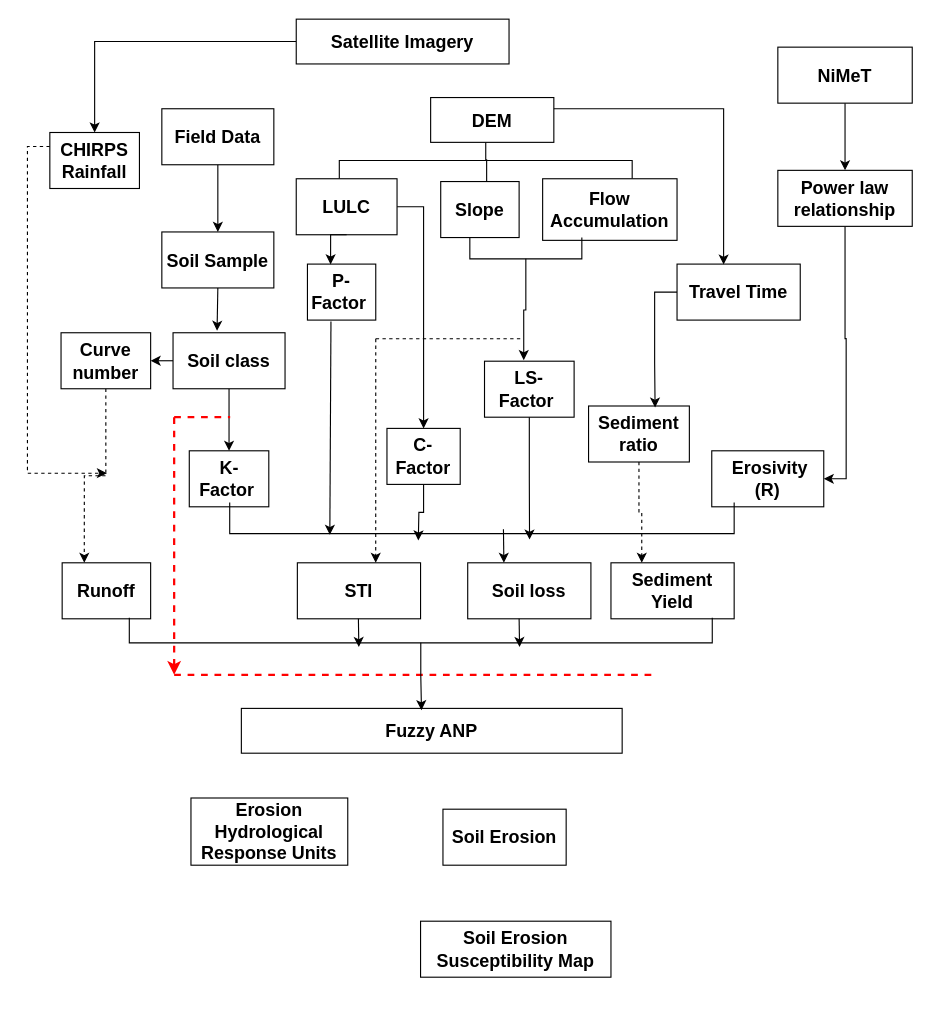
Above: objective 1.drawio in yemioke/PRISMA2020 (draw.io), before the change. Source tidied: cells renumbered, new cells numbered last; positions are measured from the earlier drawing's top-left corner, leaving out a move shared by most shapes. Both pictures are drawn from the tidied source at 112%, with x=0, y=0 at pixel (27, 13).
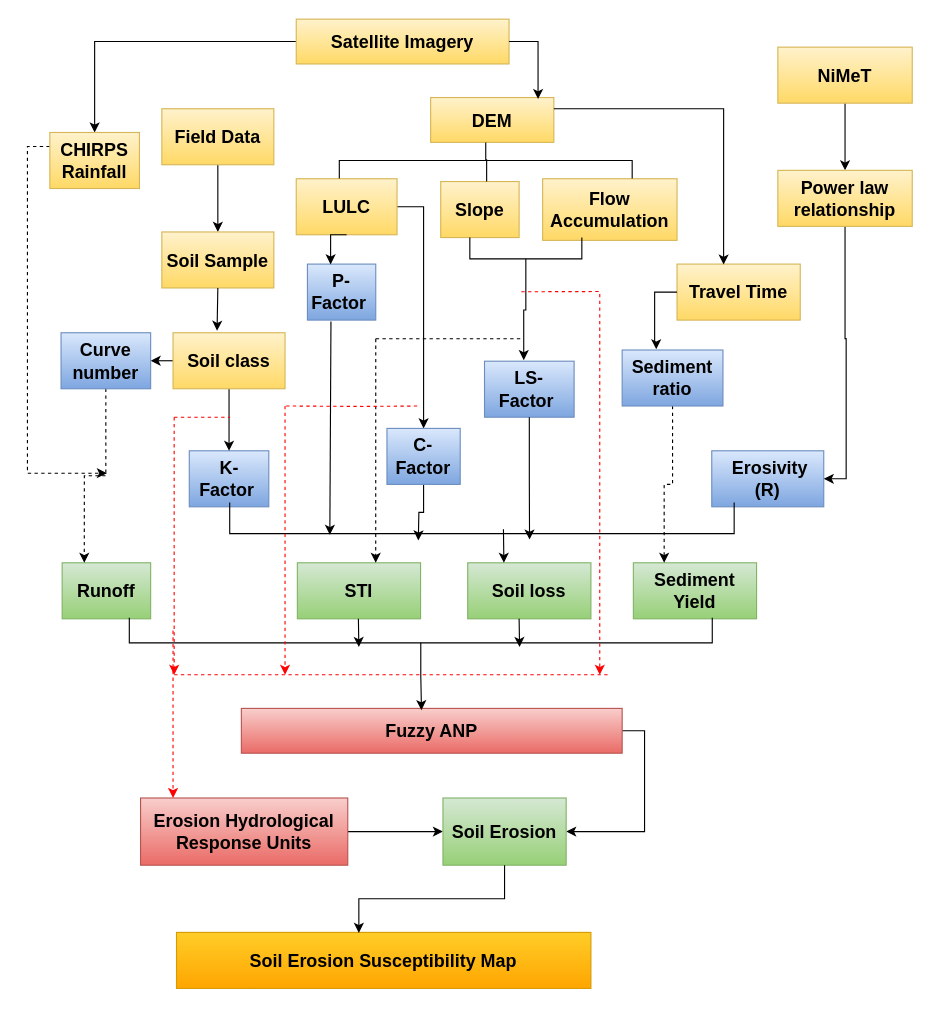
The same diagram, later.

The edit, as a diff of the source:
```diff
@@
-    <mxCell id="2" value="&lt;b&gt;&lt;font style=&quot;font-size: 16px;&quot;&gt;DEM&lt;/font&gt;&lt;/b&gt;" style="rounded=0;whiteSpace=wrap;html=1;" parent="1" vertex="1">
+    <mxCell id="2" value="&lt;b&gt;&lt;font style=&quot;font-size: 16px;&quot;&gt;DEM&lt;/font&gt;&lt;/b&gt;" style="rounded=0;whiteSpace=wrap;html=1;fillColor=#fff2cc;gradientColor=#ffd966;strokeColor=#d6b656;" parent="1" vertex="1">
       <mxGeometry x="360" y="74.6" width="110" height="40" as="geometry" />
     </mxCell>
@@
-    <mxCell id="4" value="&lt;b&gt;&lt;font style=&quot;font-size: 16px;&quot;&gt;Satellite Imagery&lt;/font&gt;&lt;/b&gt;" style="rounded=0;whiteSpace=wrap;html=1;" parent="1" vertex="1">
+    <mxCell id="4" value="&lt;b&gt;&lt;font style=&quot;font-size: 16px;&quot;&gt;Satellite Imagery&lt;/font&gt;&lt;/b&gt;" style="rounded=0;whiteSpace=wrap;html=1;fillColor=#fff2cc;gradientColor=#ffd966;strokeColor=#d6b656;" parent="1" vertex="1">
       <mxGeometry x="240" y="4.6" width="190" height="40" as="geometry" />
     </mxCell>
+    <mxCell id="61" style="edgeStyle=orthogonalEdgeStyle;rounded=0;jettySize=auto;html=1;exitX=1;exitY=0.5;exitDx=0;exitDy=0;" parent="1" edge="1" source="5" target="17">
+      <mxGeometry relative="1" as="geometry" />
+    </mxCell>
-    <mxCell id="5" value="&lt;b&gt;&lt;font style=&quot;font-size: 16px;&quot;&gt;Erosion Hydrological Response Units&lt;/font&gt;&lt;/b&gt;" style="rounded=0;whiteSpace=wrap;html=1;" parent="1" vertex="1">
-      <mxGeometry x="146" y="700" width="140" height="60" as="geometry" />
+    <mxCell id="5" value="&lt;b&gt;&lt;font style=&quot;font-size: 16px;&quot;&gt;Erosion Hydrological Response Units&lt;/font&gt;&lt;/b&gt;" style="rounded=0;whiteSpace=wrap;html=1;fillColor=#f8cecc;gradientColor=#ea6b66;strokeColor=#b85450;" parent="1" vertex="1">
+      <mxGeometry x="101" y="700" width="185" height="60" as="geometry" />
     </mxCell>
-    <mxCell id="6" value="&lt;b&gt;&lt;font style=&quot;font-size: 16px;&quot;&gt;Soil loss&lt;/font&gt;&lt;/b&gt;" style="rounded=0;whiteSpace=wrap;html=1;" parent="1" vertex="1">
+    <mxCell id="6" value="&lt;b&gt;&lt;font style=&quot;font-size: 16px;&quot;&gt;Soil loss&lt;/font&gt;&lt;/b&gt;" style="rounded=0;whiteSpace=wrap;html=1;fillColor=#d5e8d4;gradientColor=#97d077;strokeColor=#82b366;" parent="1" vertex="1">
       <mxGeometry x="393.1" y="490" width="110" height="50" as="geometry" />
     </mxCell>
-    <mxCell id="7" value="&lt;b&gt;&lt;font style=&quot;font-size: 16px;&quot;&gt;STI&lt;/font&gt;&lt;/b&gt;" style="rounded=0;whiteSpace=wrap;html=1;" parent="1" vertex="1">
+    <mxCell id="7" value="&lt;b&gt;&lt;font style=&quot;font-size: 16px;&quot;&gt;STI&lt;/font&gt;&lt;/b&gt;" style="rounded=0;whiteSpace=wrap;html=1;fillColor=#d5e8d4;gradientColor=#97d077;strokeColor=#82b366;" parent="1" vertex="1">
       <mxGeometry x="241" y="490" width="110" height="50" as="geometry" />
     </mxCell>
-    <mxCell id="8" value="&lt;b&gt;&lt;font style=&quot;font-size: 16px;&quot;&gt;&amp;nbsp;Erosivity (R)&lt;/font&gt;&lt;/b&gt;" style="rounded=0;whiteSpace=wrap;html=1;" parent="1" vertex="1">
+    <mxCell id="8" value="&lt;b&gt;&lt;font style=&quot;font-size: 16px;&quot;&gt;&amp;nbsp;Erosivity (R)&lt;/font&gt;&lt;/b&gt;" style="rounded=0;whiteSpace=wrap;html=1;fillColor=#dae8fc;gradientColor=#7ea6e0;strokeColor=#6c8ebf;" parent="1" vertex="1">
       <mxGeometry x="611" y="390" width="100" height="50" as="geometry" />
     </mxCell>
@@
-    <mxCell id="10" value="&lt;b&gt;&lt;font style=&quot;font-size: 16px;&quot;&gt;LULC&lt;/font&gt;&lt;/b&gt;" style="rounded=0;whiteSpace=wrap;html=1;" parent="1" vertex="1">
+    <mxCell id="10" value="&lt;b&gt;&lt;font style=&quot;font-size: 16px;&quot;&gt;LULC&lt;/font&gt;&lt;/b&gt;" style="rounded=0;whiteSpace=wrap;html=1;fillColor=#fff2cc;gradientColor=#ffd966;strokeColor=#d6b656;" parent="1" vertex="1">
       <mxGeometry x="240" y="147.1" width="90" height="50" as="geometry" />
     </mxCell>
@@
-    <mxCell id="12" value="&lt;b&gt;&lt;font style=&quot;font-size: 16px;&quot;&gt;C- Factor&lt;/font&gt;&lt;/b&gt;" style="rounded=0;whiteSpace=wrap;html=1;" parent="1" vertex="1">
+    <mxCell id="12" value="&lt;b&gt;&lt;font style=&quot;font-size: 16px;&quot;&gt;C- Factor&lt;/font&gt;&lt;/b&gt;" style="rounded=0;whiteSpace=wrap;html=1;fillColor=#dae8fc;gradientColor=#7ea6e0;strokeColor=#6c8ebf;" parent="1" vertex="1">
       <mxGeometry x="321" y="370" width="65.4" height="50" as="geometry" />
     </mxCell>
-    <mxCell id="13" value="&lt;span style=&quot;font-size: 16px;&quot;&gt;&lt;b&gt;Runoff&lt;/b&gt;&lt;/span&gt;" style="rounded=0;whiteSpace=wrap;html=1;" parent="1" vertex="1">
+    <mxCell id="13" value="&lt;span style=&quot;font-size: 16px;&quot;&gt;&lt;b&gt;Runoff&lt;/b&gt;&lt;/span&gt;" style="rounded=0;whiteSpace=wrap;html=1;fillColor=#d5e8d4;gradientColor=#97d077;strokeColor=#82b366;" parent="1" vertex="1">
       <mxGeometry x="31" y="490" width="79" height="50" as="geometry" />
     </mxCell>
-    <mxCell id="14" value="&lt;b&gt;&lt;font style=&quot;font-size: 16px;&quot;&gt;P- Factor&amp;nbsp;&lt;/font&gt;&lt;/b&gt;" style="rounded=0;whiteSpace=wrap;html=1;" parent="1" vertex="1">
+    <mxCell id="14" value="&lt;b&gt;&lt;font style=&quot;font-size: 16px;&quot;&gt;P- Factor&amp;nbsp;&lt;/font&gt;&lt;/b&gt;" style="rounded=0;whiteSpace=wrap;html=1;fillColor=#dae8fc;gradientColor=#7ea6e0;strokeColor=#6c8ebf;" parent="1" vertex="1">
       <mxGeometry x="250" y="223.3" width="61" height="50" as="geometry" />
     </mxCell>
-    <mxCell id="15" value="&lt;span style=&quot;font-size: 16px;&quot;&gt;&lt;b&gt;Sediment Yield&lt;/b&gt;&lt;/span&gt;" style="rounded=0;whiteSpace=wrap;html=1;" parent="1" vertex="1">
-      <mxGeometry x="521" y="490" width="110" height="50" as="geometry" />
+    <mxCell id="15" value="&lt;span style=&quot;font-size: 16px;&quot;&gt;&lt;b&gt;Sediment Yield&lt;/b&gt;&lt;/span&gt;" style="rounded=0;whiteSpace=wrap;html=1;fillColor=#d5e8d4;gradientColor=#97d077;strokeColor=#82b366;" parent="1" vertex="1">
+      <mxGeometry x="541" y="490" width="110" height="50" as="geometry" />
     </mxCell>
+    <mxCell id="62" style="edgeStyle=orthogonalEdgeStyle;rounded=0;jettySize=auto;html=1;exitX=1;exitY=0.5;exitDx=0;exitDy=0;entryX=1;entryY=0.5;entryDx=0;entryDy=0;" parent="1" edge="1" source="16" target="17">
+      <mxGeometry relative="1" as="geometry" />
+    </mxCell>
-    <mxCell id="16" value="&lt;b&gt;&lt;font style=&quot;font-size: 16px;&quot;&gt;Fuzzy ANP&lt;/font&gt;&lt;/b&gt;" style="rounded=0;whiteSpace=wrap;html=1;" parent="1" vertex="1">
+    <mxCell id="16" value="&lt;b&gt;&lt;font style=&quot;font-size: 16px;&quot;&gt;Fuzzy ANP&lt;/font&gt;&lt;/b&gt;" style="rounded=0;whiteSpace=wrap;html=1;fillColor=#f8cecc;gradientColor=#ea6b66;strokeColor=#b85450;" parent="1" vertex="1">
       <mxGeometry x="191" y="620" width="340" height="40" as="geometry" />
     </mxCell>
-    <mxCell id="17" value="&lt;b&gt;&lt;font style=&quot;font-size: 16px;&quot;&gt;Soil Erosion&lt;/font&gt;&lt;/b&gt;" style="rounded=0;whiteSpace=wrap;html=1;" parent="1" vertex="1">
-      <mxGeometry x="371" y="710" width="110" height="50" as="geometry" />
+    <mxCell id="17" value="&lt;b&gt;&lt;font style=&quot;font-size: 16px;&quot;&gt;Soil Erosion&lt;/font&gt;&lt;/b&gt;" style="rounded=0;whiteSpace=wrap;html=1;fillColor=#d5e8d4;gradientColor=#97d077;strokeColor=#82b366;" parent="1" vertex="1">
+      <mxGeometry x="371" y="700" width="110" height="60" as="geometry" />
     </mxCell>
-    <mxCell id="18" value="&lt;b&gt;&lt;font style=&quot;font-size: 16px;&quot;&gt;Soil Erosion Susceptibility Map&lt;/font&gt;&lt;/b&gt;" style="rounded=0;whiteSpace=wrap;html=1;" parent="1" vertex="1">
-      <mxGeometry x="351" y="810" width="170" height="50" as="geometry" />
+    <mxCell id="18" value="&lt;b&gt;&lt;font style=&quot;font-size: 16px;&quot;&gt;Soil Erosion Susceptibility Map&lt;/font&gt;&lt;/b&gt;" style="rounded=0;whiteSpace=wrap;html=1;fillColor=#ffcd28;strokeColor=#d79b00;gradientColor=#ffa500;" parent="1" vertex="1">
+      <mxGeometry x="133.1" y="820" width="370" height="50" as="geometry" />
     </mxCell>
-    <mxCell id="19" value="&lt;b&gt;&lt;font style=&quot;font-size: 16px;&quot;&gt;K- Factor&amp;nbsp;&lt;/font&gt;&lt;/b&gt;" style="rounded=0;whiteSpace=wrap;html=1;" parent="1" vertex="1">
+    <mxCell id="19" value="&lt;b&gt;&lt;font style=&quot;font-size: 16px;&quot;&gt;K- Factor&amp;nbsp;&lt;/font&gt;&lt;/b&gt;" style="rounded=0;whiteSpace=wrap;html=1;fillColor=#dae8fc;gradientColor=#7ea6e0;strokeColor=#6c8ebf;" parent="1" vertex="1">
       <mxGeometry x="144.5" y="390" width="71" height="50" as="geometry" />
     </mxCell>
-    <mxCell id="20" value="&lt;b&gt;&lt;font style=&quot;font-size: 16px;&quot;&gt;LS- Factor&amp;nbsp;&lt;/font&gt;&lt;/b&gt;" style="rounded=0;whiteSpace=wrap;html=1;" parent="1" vertex="1">
+    <mxCell id="20" value="&lt;b&gt;&lt;font style=&quot;font-size: 16px;&quot;&gt;LS- Factor&amp;nbsp;&lt;/font&gt;&lt;/b&gt;" style="rounded=0;whiteSpace=wrap;html=1;fillColor=#dae8fc;gradientColor=#7ea6e0;strokeColor=#6c8ebf;" parent="1" vertex="1">
       <mxGeometry x="408.1" y="310" width="80" height="50" as="geometry" />
     </mxCell>
-    <mxCell id="21" value="&lt;b&gt;&lt;font style=&quot;font-size: 16px;&quot;&gt;Slope&lt;/font&gt;&lt;/b&gt;" style="rounded=0;whiteSpace=wrap;html=1;" parent="1" vertex="1">
+    <mxCell id="21" value="&lt;b&gt;&lt;font style=&quot;font-size: 16px;&quot;&gt;Slope&lt;/font&gt;&lt;/b&gt;" style="rounded=0;whiteSpace=wrap;html=1;fillColor=#fff2cc;gradientColor=#ffd966;strokeColor=#d6b656;" parent="1" vertex="1">
       <mxGeometry x="369" y="149.6" width="70" height="50" as="geometry" />
     </mxCell>
-    <mxCell id="22" value="&lt;b&gt;&lt;font style=&quot;font-size: 16px;&quot;&gt;Flow Accumulation&lt;/font&gt;&lt;/b&gt;" style="rounded=0;whiteSpace=wrap;html=1;" parent="1" vertex="1">
+    <mxCell id="22" value="&lt;b&gt;&lt;font style=&quot;font-size: 16px;&quot;&gt;Flow Accumulation&lt;/font&gt;&lt;/b&gt;" style="rounded=0;whiteSpace=wrap;html=1;fillColor=#fff2cc;gradientColor=#ffd966;strokeColor=#d6b656;" parent="1" vertex="1">
       <mxGeometry x="460" y="147.1" width="120" height="55" as="geometry" />
     </mxCell>
@@
-    <mxCell id="24" value="&lt;b&gt;&lt;font style=&quot;font-size: 16px;&quot;&gt;NiMeT&lt;/font&gt;&lt;/b&gt;" style="rounded=0;whiteSpace=wrap;html=1;" parent="1" vertex="1">
+    <mxCell id="24" value="&lt;b&gt;&lt;font style=&quot;font-size: 16px;&quot;&gt;NiMeT&lt;/font&gt;&lt;/b&gt;" style="rounded=0;whiteSpace=wrap;html=1;fillColor=#fff2cc;gradientColor=#ffd966;strokeColor=#d6b656;" parent="1" vertex="1">
       <mxGeometry x="670" y="29.6" width="120" height="50" as="geometry" />
     </mxCell>
@@
-    <mxCell id="26" value="&lt;b&gt;&lt;font style=&quot;font-size: 16px;&quot;&gt;Power law relationship&lt;/font&gt;&lt;/b&gt;" style="rounded=0;whiteSpace=wrap;html=1;" parent="1" vertex="1">
+    <mxCell id="26" value="&lt;b&gt;&lt;font style=&quot;font-size: 16px;&quot;&gt;Power law relationship&lt;/font&gt;&lt;/b&gt;" style="rounded=0;whiteSpace=wrap;html=1;fillColor=#fff2cc;gradientColor=#ffd966;strokeColor=#d6b656;" parent="1" vertex="1">
       <mxGeometry x="670" y="139.6" width="120" height="50" as="geometry" />
     </mxCell>
@@
-    <mxCell id="28" value="&lt;b&gt;&lt;font style=&quot;font-size: 16px;&quot;&gt;Field Data&lt;/font&gt;&lt;/b&gt;" style="rounded=0;whiteSpace=wrap;html=1;" parent="1" vertex="1">
+    <mxCell id="28" value="&lt;b&gt;&lt;font style=&quot;font-size: 16px;&quot;&gt;Field Data&lt;/font&gt;&lt;/b&gt;" style="rounded=0;whiteSpace=wrap;html=1;fillColor=#fff2cc;gradientColor=#ffd966;strokeColor=#d6b656;" parent="1" vertex="1">
       <mxGeometry x="120" y="84.6" width="100" height="50" as="geometry" />
     </mxCell>
@@
-    <mxCell id="30" value="&lt;b&gt;&lt;font style=&quot;font-size: 16px;&quot;&gt;CHIRPS Rainfall&lt;/font&gt;&lt;/b&gt;" style="rounded=0;whiteSpace=wrap;html=1;" parent="1" vertex="1">
+    <mxCell id="30" value="&lt;b&gt;&lt;font style=&quot;font-size: 16px;&quot;&gt;CHIRPS Rainfall&lt;/font&gt;&lt;/b&gt;" style="rounded=0;whiteSpace=wrap;html=1;fillColor=#fff2cc;gradientColor=#ffd966;strokeColor=#d6b656;" parent="1" vertex="1">
       <mxGeometry x="20" y="105.8" width="80" height="50" as="geometry" />
     </mxCell>
-    <mxCell id="31" value="&lt;b&gt;&lt;font style=&quot;font-size: 16px;&quot;&gt;Soil Sample&lt;/font&gt;&lt;/b&gt;" style="rounded=0;whiteSpace=wrap;html=1;" parent="1" vertex="1">
+    <mxCell id="31" value="&lt;b&gt;&lt;font style=&quot;font-size: 16px;&quot;&gt;Soil Sample&lt;/font&gt;&lt;/b&gt;" style="rounded=0;whiteSpace=wrap;html=1;fillColor=#fff2cc;gradientColor=#ffd966;strokeColor=#d6b656;" parent="1" vertex="1">
       <mxGeometry x="120" y="194.6" width="100" height="50" as="geometry" />
     </mxCell>
@@
-    <mxCell id="34" value="&lt;b&gt;&lt;font style=&quot;font-size: 16px;&quot;&gt;Soil class&lt;/font&gt;&lt;/b&gt;" style="rounded=0;whiteSpace=wrap;html=1;" parent="1" vertex="1">
+    <mxCell id="34" value="&lt;b&gt;&lt;font style=&quot;font-size: 16px;&quot;&gt;Soil class&lt;/font&gt;&lt;/b&gt;" style="rounded=0;whiteSpace=wrap;html=1;fillColor=#fff2cc;gradientColor=#ffd966;strokeColor=#d6b656;" parent="1" vertex="1">
       <mxGeometry x="130" y="284.6" width="100" height="50" as="geometry" />
     </mxCell>
@@
-    <mxCell id="36" value="&lt;b&gt;&lt;font style=&quot;font-size: 16px;&quot;&gt;Curve number&lt;/font&gt;&lt;/b&gt;" style="rounded=0;whiteSpace=wrap;html=1;" parent="1" vertex="1">
+    <mxCell id="36" value="&lt;b&gt;&lt;font style=&quot;font-size: 16px;&quot;&gt;Curve number&lt;/font&gt;&lt;/b&gt;" style="rounded=0;whiteSpace=wrap;html=1;fillColor=#dae8fc;gradientColor=#7ea6e0;strokeColor=#6c8ebf;" parent="1" vertex="1">
       <mxGeometry x="30" y="284.6" width="80" height="50" as="geometry" />
     </mxCell>
-    <mxCell id="37" value="&lt;b&gt;&lt;font style=&quot;font-size: 16px;&quot;&gt;Travel Time&lt;/font&gt;&lt;/b&gt;" style="rounded=0;whiteSpace=wrap;html=1;" parent="1" vertex="1">
+    <mxCell id="37" value="&lt;b&gt;&lt;font style=&quot;font-size: 16px;&quot;&gt;Travel Time&lt;/font&gt;&lt;/b&gt;" style="rounded=0;whiteSpace=wrap;html=1;fillColor=#fff2cc;gradientColor=#ffd966;strokeColor=#d6b656;" parent="1" vertex="1">
       <mxGeometry x="580" y="223.3" width="110" height="50" as="geometry" />
     </mxCell>
@@
-    <mxCell id="48" value="&lt;b&gt;&lt;font style=&quot;font-size: 16px;&quot;&gt;Sediment ratio&lt;/font&gt;&lt;/b&gt;" style="rounded=0;whiteSpace=wrap;html=1;" parent="1" vertex="1">
-      <mxGeometry x="501" y="350" width="90" height="50" as="geometry" />
+    <mxCell id="48" value="&lt;b&gt;&lt;font style=&quot;font-size: 16px;&quot;&gt;Sediment ratio&lt;/font&gt;&lt;/b&gt;" style="rounded=0;whiteSpace=wrap;html=1;fillColor=#dae8fc;gradientColor=#7ea6e0;strokeColor=#6c8ebf;" parent="1" vertex="1">
+      <mxGeometry x="531" y="300" width="90" height="50" as="geometry" />
     </mxCell>
-    <mxCell id="49" style="edgeStyle=orthogonalEdgeStyle;rounded=0;jettySize=auto;html=1;exitX=0;exitY=0.5;exitDx=0;exitDy=0;entryX=0.66;entryY=0.028;entryDx=0;entryDy=0;entryPerimeter=0;" parent="1" edge="1" source="37" target="48">
-      <mxGeometry relative="1" as="geometry" />
-    </mxCell>
@@
-    <mxCell id="54" style="endArrow=none;html=1;rounded=0;dashed=1;strokeColor=#FF0000;strokeWidth=2;" parent="1" edge="1">
+    <mxCell id="54" style="endArrow=none;html=1;rounded=0;dashed=1;strokeColor=#FF0000;strokeWidth=1;" parent="1" edge="1">
       <mxGeometry relative="1" as="geometry">
         <mxPoint x="131" y="590" as="sourcePoint" />
-        <mxPoint x="557.7" y="590" as="targetPoint" />
+        <mxPoint x="521" y="590" as="targetPoint" />
       </mxGeometry>
     </mxCell>
@@
-    <mxCell id="59" style="endArrow=none;html=1;rounded=0;dashed=1;strokeWidth=2;strokeColor=#FF0000;" parent="1" edge="1">
+    <mxCell id="59" style="endArrow=none;html=1;rounded=0;dashed=1;strokeWidth=1;strokeColor=#FF0000;" parent="1" edge="1">
       <mxGeometry relative="1" as="geometry">
         <mxPoint x="131" y="360" as="sourcePoint" />
         <mxPoint x="181" y="360" as="targetPoint" />
       </mxGeometry>
     </mxCell>
-    <mxCell id="60" style="endArrow=classic;html=1;rounded=0;dashed=1;strokeColor=#FF0000;strokeWidth=2;" parent="1" edge="1">
+    <mxCell id="60" style="endArrow=classic;html=1;rounded=0;dashed=1;strokeColor=#FF0000;strokeWidth=1;" parent="1" edge="1">
       <mxGeometry relative="1" as="geometry">
         <mxPoint x="131" y="360" as="sourcePoint" />
         <mxPoint x="131" y="590" as="targetPoint" />
       </mxGeometry>
     </mxCell>
+    <mxCell id="63" style="endArrow=classic;html=1;rounded=0;dashed=1;strokeColor=#FF0000;strokeWidth=1;" parent="1" edge="1">
+      <mxGeometry relative="1" as="geometry">
+        <mxPoint x="130" y="550.5" as="sourcePoint" />
+        <mxPoint x="130" y="700" as="targetPoint" />
+      </mxGeometry>
+    </mxCell>
+    <mxCell id="64" style="edgeStyle=orthogonalEdgeStyle;rounded=0;jettySize=auto;html=1;exitX=0.5;exitY=1;exitDx=0;exitDy=0;entryX=0.44;entryY=0.009;entryDx=0;entryDy=0;entryPerimeter=0;" parent="1" edge="1" source="17" target="18">
+      <mxGeometry relative="1" as="geometry" />
+    </mxCell>
+    <mxCell id="49" style="edgeStyle=orthogonalEdgeStyle;rounded=0;jettySize=auto;html=1;exitX=0;exitY=0.5;exitDx=0;exitDy=0;entryX=0.338;entryY=-0.013;entryDx=0;entryDy=0;entryPerimeter=0;" parent="1" edge="1" source="37" target="48">
+      <mxGeometry relative="1" as="geometry" />
+    </mxCell>
+    <mxCell id="65" style="endArrow=none;html=1;rounded=0;dashed=1;strokeWidth=1;strokeColor=#FF0000;" parent="1" edge="1">
+      <mxGeometry relative="1" as="geometry">
+        <mxPoint x="231" y="350" as="sourcePoint" />
+        <mxPoint x="350" y="350" as="targetPoint" />
+        <Array as="points">
+          <mxPoint x="300" y="350.4" />
+        </Array>
+      </mxGeometry>
+    </mxCell>
+    <mxCell id="66" style="endArrow=classic;html=1;rounded=0;dashed=1;strokeColor=#FF0000;strokeWidth=1;" parent="1" edge="1">
+      <mxGeometry relative="1" as="geometry">
+        <mxPoint x="230" y="350" as="sourcePoint" />
+        <mxPoint x="230" y="590" as="targetPoint" />
+      </mxGeometry>
+    </mxCell>
+    <mxCell id="67" style="endArrow=classic;html=1;rounded=0;dashed=1;strokeColor=#FF0000;strokeWidth=1;" parent="1" edge="1">
+      <mxGeometry relative="1" as="geometry">
+        <mxPoint x="511" y="250" as="sourcePoint" />
+        <mxPoint x="511" y="590" as="targetPoint" />
+      </mxGeometry>
+    </mxCell>
+    <mxCell id="68" style="endArrow=none;html=1;rounded=0;dashed=1;strokeWidth=1;strokeColor=#FF0000;" parent="1" edge="1">
+      <mxGeometry relative="1" as="geometry">
+        <mxPoint x="441" y="248" as="sourcePoint" />
+        <mxPoint x="510" y="247.8" as="targetPoint" />
+      </mxGeometry>
+    </mxCell>
+    <mxCell id="69" style="edgeStyle=orthogonalEdgeStyle;rounded=0;jettySize=auto;html=1;exitX=1;exitY=0.5;exitDx=0;exitDy=0;entryX=0.872;entryY=0.035;entryDx=0;entryDy=0;entryPerimeter=0;" parent="1" edge="1" source="4" target="2">
+      <mxGeometry relative="1" as="geometry" />
+    </mxCell>
```
